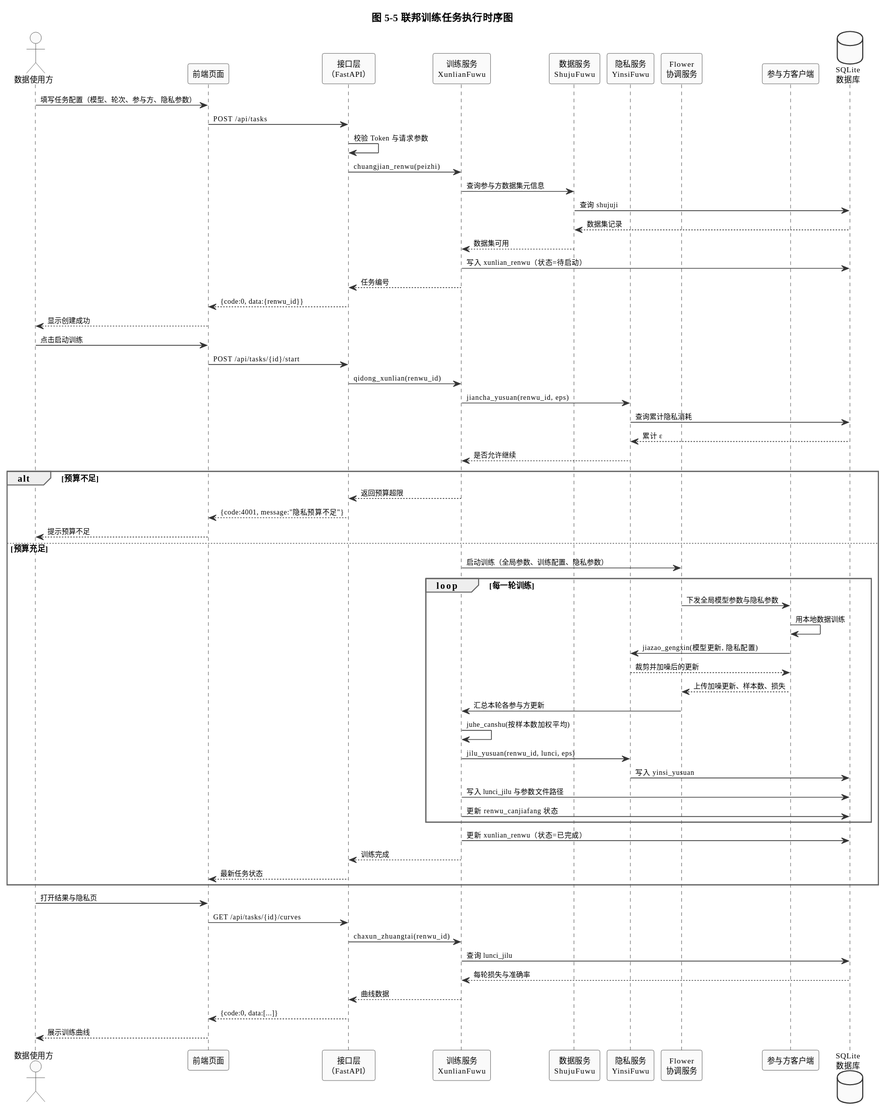
Above: Experiment5/uml/shixu_1_lianhe_xunlian.svg in Alanxbr/SoftwareEngineering-Lab (PlantUML), before the change.
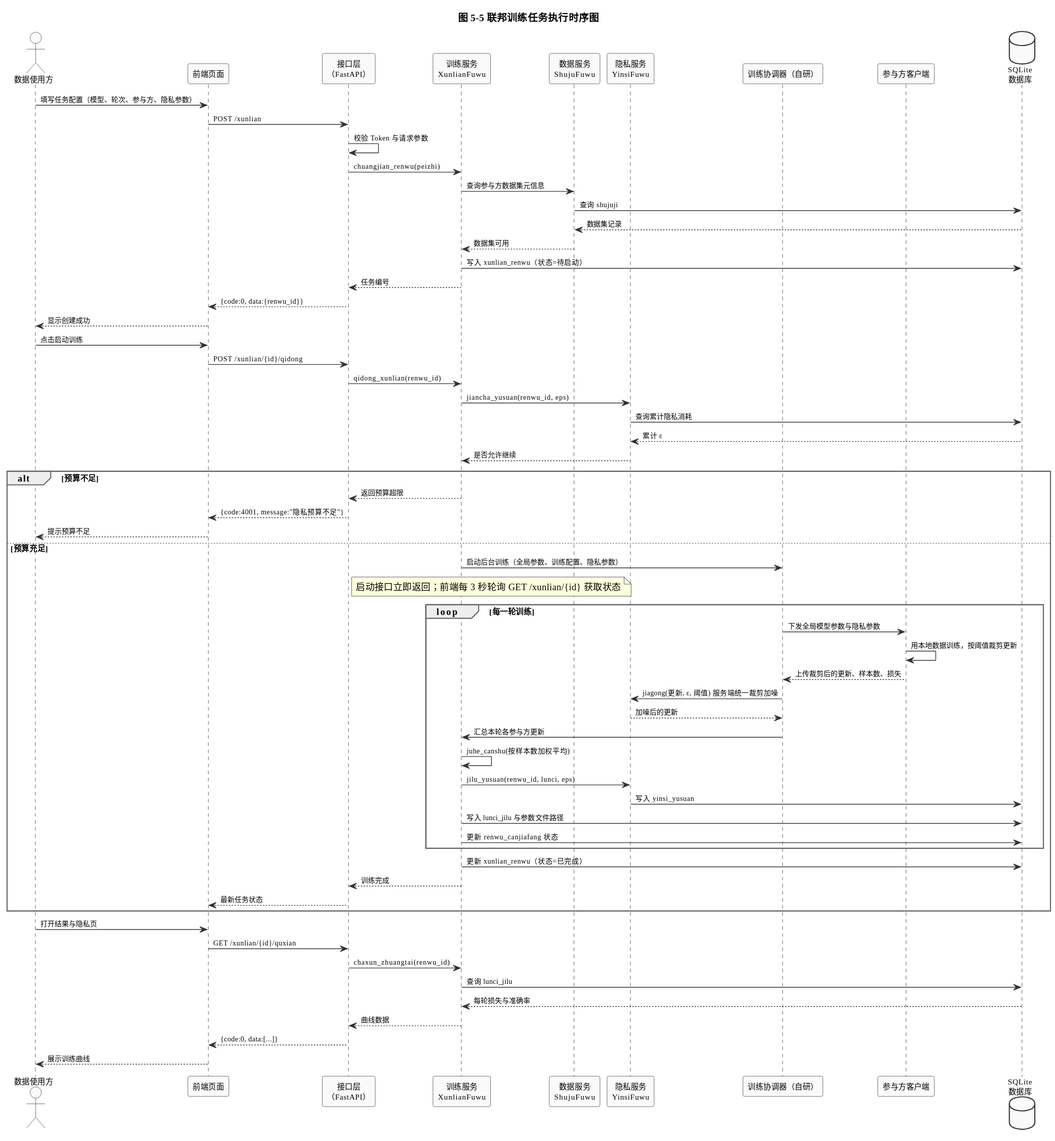
Later version of the same file.

The edit, as a diff of the source:
```diff
@@ -34,12 +34,12 @@
 participant "训练服务\nXunlianFuwu" as FT
 participant "数据服务\nShujuFuwu" as DM
 participant "隐私服务\nYinsiFuwu" as PP
-participant "Flower\n协调服务" as FL
+participant "训练协调器（自研）" as FL
 participant "参与方客户端" as CL
 database "SQLite\n数据库" as DB
 
 U -> FE : 填写任务配置（模型、轮次、参与方、隐私参数）
-FE -> API : POST /api/tasks
+FE -> API : POST /xunlian
 API -> API : 校验 Token 与请求参数
 API -> FT : chuangjian_renwu(peizhi)
 FT -> DM : 查询参与方数据集元信息
@@ -52,7 +52,7 @@
 FE --> U : 显示创建成功
 
 U -> FE : 点击启动训练
-FE -> API : POST /api/tasks/{id}/start
+FE -> API : POST /xunlian/{id}/qidong
 API -> FT : qidong_xunlian(renwu_id)
 FT -> PP : jiancha_yusuan(renwu_id, eps)
 PP -> DB : 查询累计隐私消耗
@@ -64,13 +64,14 @@
   API --> FE : {code:4001, message:"隐私预算不足"}
   FE --> U : 提示预算不足
 else 预算充足
-  FT -> FL : 启动训练（全局参数、训练配置、隐私参数）
+  FT -> FL : 启动后台训练（全局参数、训练配置、隐私参数）
+note right of API : 启动接口立即返回；前端每 3 秒轮询 GET /xunlian/{id} 获取状态
   loop 每一轮训练
     FL -> CL : 下发全局模型参数与隐私参数
-    CL -> CL : 用本地数据训练
-    CL -> PP : jiazao_gengxin(模型更新, 隐私配置)
-    PP --> CL : 裁剪并加噪后的更新
-    CL --> FL : 上传加噪更新、样本数、损失
+    CL -> CL : 用本地数据训练，按阈值裁剪更新
+    CL --> FL : 上传裁剪后的更新、样本数、损失
+    FL -> PP : jiagong(更新, ε, 阈值) 服务端统一裁剪加噪
+    PP --> FL : 加噪后的更新
     FL -> FT : 汇总本轮各参与方更新
     FT -> FT : juhe_canshu(按样本数加权平均)
     FT -> PP : jilu_yusuan(renwu_id, lunci, eps)
@@ -84,7 +85,7 @@
 end
 
 U -> FE : 打开结果与隐私页
-FE -> API : GET /api/tasks/{id}/curves
+FE -> API : GET /xunlian/{id}/quxian
 API -> FT : chaxun_zhuangtai(renwu_id)
 FT -> DB : 查询 lunci_jilu
 DB --> FT : 每轮损失与准确率
```
